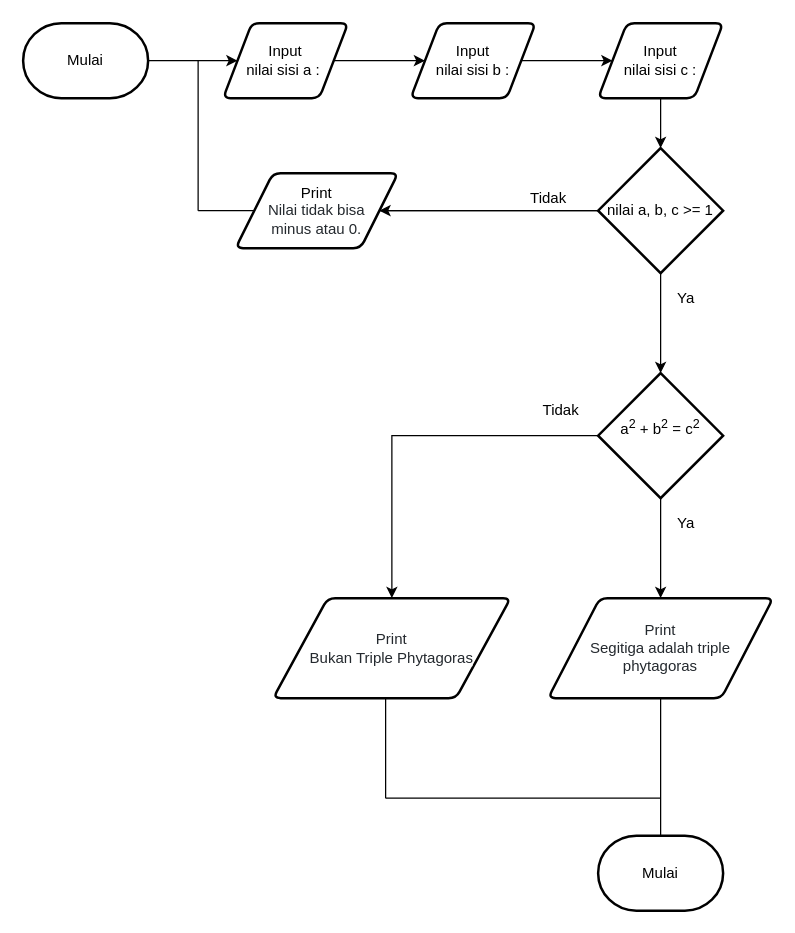
Earlier version of the draw.io diagram page "Page-1" (1 of 2) of Untitled Diagram.drawio (Hendi-009/Tugas-APL-2). Source tidied: cells renumbered, new cells numbered last; positions are measured from the earlier drawing's top-left corner, leaving out a move shared by most shapes. Both pictures are drawn from the tidied source at 125%, with x=0, y=0 at pixel (22, 22).
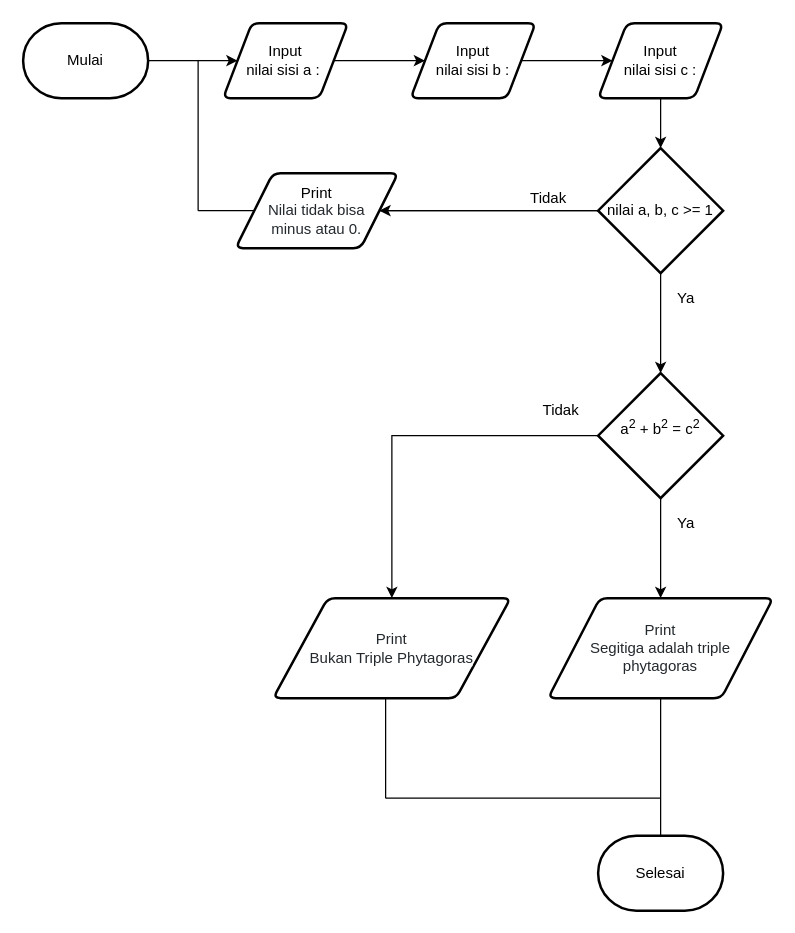
Above is the later version.

What changed in the source:
```diff
@@
-    <mxCell id="26" value="Mulai" style="strokeWidth=2;html=1;shape=mxgraph.flowchart.terminator;whiteSpace=wrap;" parent="1" vertex="1">
+    <mxCell id="26" value="Selesai" style="strokeWidth=2;html=1;shape=mxgraph.flowchart.terminator;whiteSpace=wrap;" parent="1" vertex="1">
       <mxGeometry x="460" y="650" width="100" height="60" as="geometry" />
     </mxCell>
```
